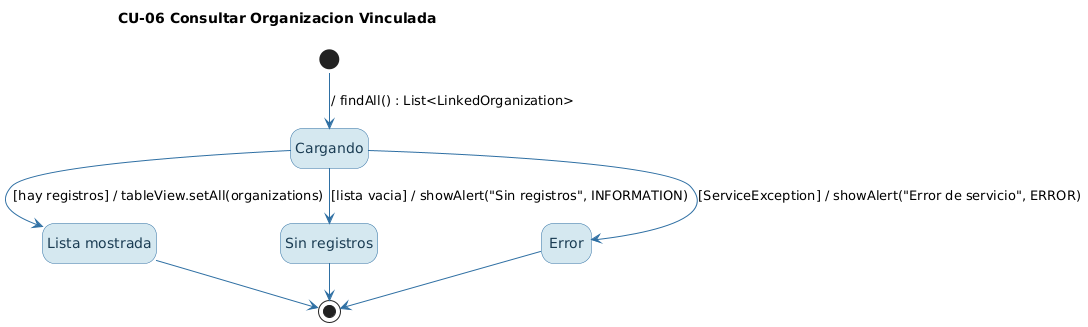
Above: diagramas_estado_img/CU-06_ConsultarOrganizacionVinculada.png in laramontielpedrojose-bit/Nuevo (PlantUML), before the change. The source it was exported from:
```plantuml
@startuml
!pragma layout smetana
hide empty description
skinparam shadowing false
skinparam state {
  BackgroundColor #D5E8F0
  BorderColor #2E6FA3
  FontColor #1A3C53
  ArrowColor #2E6FA3
}
title CU-06 Consultar Organizacion Vinculada
state "Lista mostrada" as ListaMostrada
state "Sin registros" as SinRegistros
[*] --> Cargando : / findAll() : List<LinkedOrganization>
Cargando --> ListaMostrada : [hay registros] / tableView.setAll(organizations)
Cargando --> SinRegistros : [lista vacia] / showAlert("Sin registros", INFORMATION)
Cargando --> Error : [ServiceException] / showAlert("Error de servicio", ERROR)
ListaMostrada --> [*]
SinRegistros --> [*]
Error --> [*]
@enduml
```
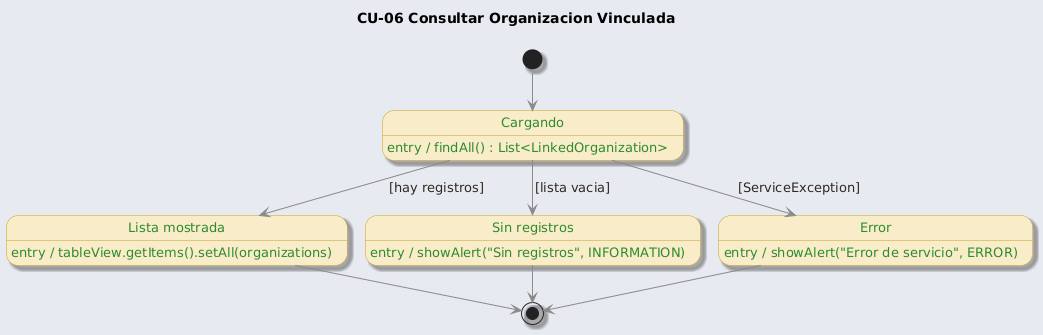
After the change.

Diff of the diagram source:
```diff
@@ -1,21 +1,21 @@
 @startuml
 !pragma layout smetana
+!include _estilo.iuml
 hide empty description
-skinparam shadowing false
-skinparam state {
-  BackgroundColor #D5E8F0
-  BorderColor #2E6FA3
-  FontColor #1A3C53
-  ArrowColor #2E6FA3
-}
 title CU-06 Consultar Organizacion Vinculada
-state "Lista mostrada" as ListaMostrada
-state "Sin registros" as SinRegistros
-[*] --> Cargando : / findAll() : List<LinkedOrganization>
-Cargando --> ListaMostrada : [hay registros] / tableView.setAll(organizations)
-Cargando --> SinRegistros : [lista vacia] / showAlert("Sin registros", INFORMATION)
-Cargando --> Error : [ServiceException] / showAlert("Error de servicio", ERROR)
-ListaMostrada --> [*]
-SinRegistros --> [*]
+state "Cargando" as Carga
+Carga : entry / findAll() : List<LinkedOrganization>
+state "Lista mostrada" as Lista
+Lista : entry / tableView.getItems().setAll(organizations)
+state "Sin registros" as Vacio
+Vacio : entry / showAlert("Sin registros", INFORMATION)
+state "Error" as Error
+Error : entry / showAlert("Error de servicio", ERROR)
+[*] --> Carga
+Carga --> Lista : [hay registros]
+Carga --> Vacio : [lista vacia]
+Carga --> Error : [ServiceException]
+Lista --> [*]
+Vacio --> [*]
 Error --> [*]
 @enduml
```
